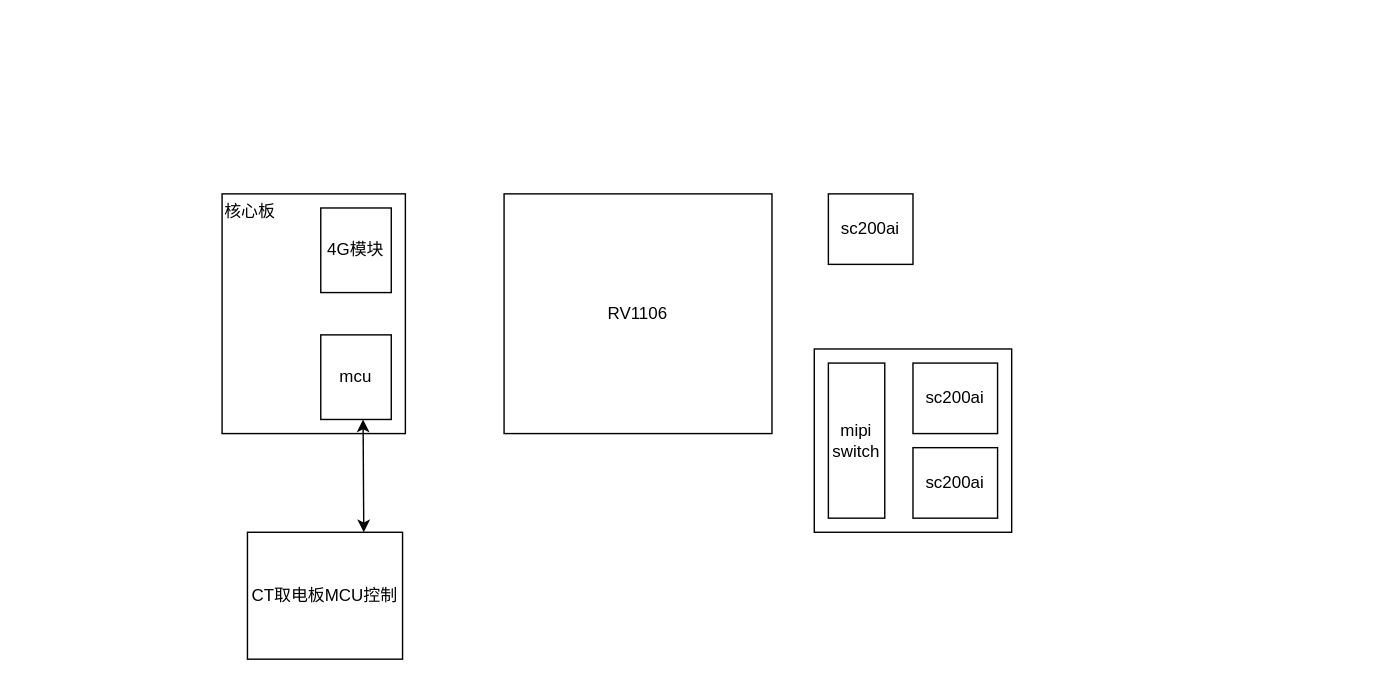
Before: ZHY/未命名绘图.drawio in WilliamChenGitHub/drawio, a draw.io diagram. Source tidied: cells renumbered, new cells numbered last; positions are measured from the earlier drawing's top-left corner, leaving out a move shared by most shapes. Both pictures are drawn from the tidied source at 141%, with x=0, y=0 at pixel (221, 193).
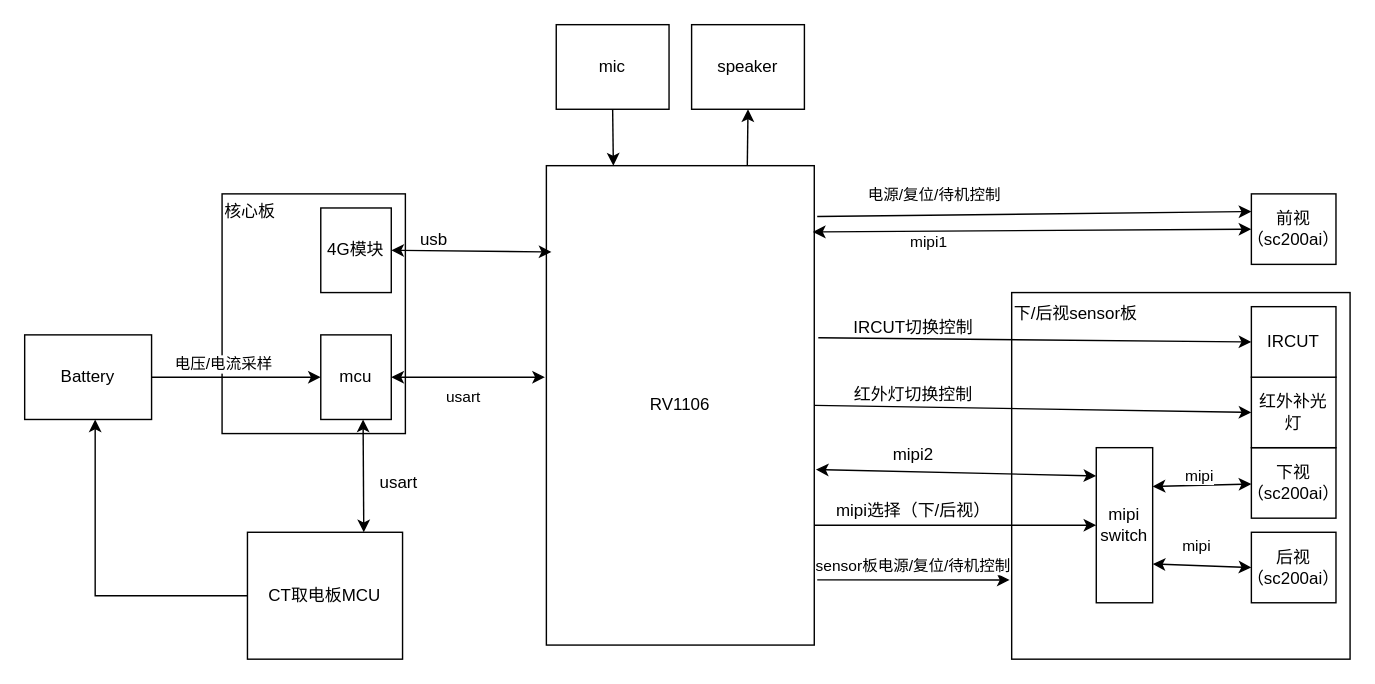
After the change.

Commit message:
更新未命名绘图.drawio

Unchanged cells that the change refers to:
```xml
<mxCell id="5" value="mcu" style="rounded=0;whiteSpace=wrap;html=1;" parent="1" vertex="1">
  <mxGeometry x="70" y="100" width="50" height="60" as="geometry" />
</mxCell>
```

Diff of the diagram source:
```diff
@@
-    <mxCell id="2" style="rounded=0;whiteSpace=wrap;html=1;" parent="1" vertex="1">
-      <mxGeometry x="420" y="110" width="140" height="130" as="geometry" />
+    <mxCell id="2" value="下/后视sensor板&lt;div&gt;&lt;br&gt;&lt;/div&gt;&lt;div&gt;&lt;br&gt;&lt;/div&gt;&lt;div&gt;&lt;br&gt;&lt;/div&gt;&lt;div&gt;&lt;br&gt;&lt;/div&gt;&lt;div&gt;&lt;br&gt;&lt;/div&gt;&lt;div&gt;&lt;br&gt;&lt;/div&gt;&lt;div&gt;&lt;br&gt;&lt;/div&gt;&lt;div&gt;&lt;br&gt;&lt;/div&gt;&lt;div&gt;&lt;br&gt;&lt;/div&gt;&lt;div&gt;&lt;br&gt;&lt;/div&gt;&lt;div&gt;&lt;br&gt;&lt;/div&gt;&lt;div&gt;&lt;br&gt;&lt;/div&gt;&lt;div&gt;&lt;br&gt;&lt;/div&gt;&lt;div&gt;&lt;br&gt;&lt;/div&gt;&lt;div&gt;&lt;br&gt;&lt;/div&gt;&lt;div&gt;&lt;br&gt;&lt;/div&gt;" style="rounded=0;whiteSpace=wrap;html=1;align=left;" parent="1" vertex="1">
+      <mxGeometry x="560" y="70" width="240" height="260" as="geometry" />
     </mxCell>
     <mxCell id="3" value="RV1106" style="rounded=0;whiteSpace=wrap;html=1;" parent="1" vertex="1">
-      <mxGeometry x="200" width="190" height="170" as="geometry" />
+      <mxGeometry x="230" y="-20" width="190" height="340" as="geometry" />
     </mxCell>
@@
-    <mxCell id="7" value="CT取电板MCU控制" style="rounded=0;whiteSpace=wrap;html=1;" parent="1" vertex="1">
+    <mxCell id="7" value="CT取电板MCU" style="rounded=0;whiteSpace=wrap;html=1;" parent="1" vertex="1">
       <mxGeometry x="18" y="240" width="110" height="90" as="geometry" />
     </mxCell>
@@
-    <mxCell id="9" value="sc200ai" style="rounded=0;whiteSpace=wrap;html=1;" parent="1" vertex="1">
-      <mxGeometry x="430" width="60" height="50" as="geometry" />
+    <mxCell id="9" value="前视（sc200ai）" style="rounded=0;whiteSpace=wrap;html=1;" parent="1" vertex="1">
+      <mxGeometry x="730" width="60" height="50" as="geometry" />
     </mxCell>
-    <mxCell id="10" value="sc200ai" style="rounded=0;whiteSpace=wrap;html=1;" parent="1" vertex="1">
-      <mxGeometry x="490" y="120" width="60" height="50" as="geometry" />
+    <mxCell id="10" value="下视（sc200ai）" style="rounded=0;whiteSpace=wrap;html=1;" parent="1" vertex="1">
+      <mxGeometry x="730" y="180" width="60" height="50" as="geometry" />
     </mxCell>
-    <mxCell id="11" value="sc200ai" style="rounded=0;whiteSpace=wrap;html=1;" parent="1" vertex="1">
-      <mxGeometry x="490" y="180" width="60" height="50" as="geometry" />
+    <mxCell id="11" value="后视（sc200ai）" style="rounded=0;whiteSpace=wrap;html=1;" parent="1" vertex="1">
+      <mxGeometry x="730" y="240" width="60" height="50" as="geometry" />
     </mxCell>
     <mxCell id="12" value="mipi switch" style="rounded=0;whiteSpace=wrap;html=1;" parent="1" vertex="1">
-      <mxGeometry x="430" y="120" width="40" height="110" as="geometry" />
+      <mxGeometry x="620" y="180" width="40" height="110" as="geometry" />
     </mxCell>
+    <mxCell id="13" style="endArrow=classic;startArrow=classic;html=1;rounded=0;entryX=0;entryY=0.5;entryDx=0;entryDy=0;" parent="1" edge="1" target="9">
+      <mxGeometry relative="1" as="geometry">
+        <mxPoint x="419" y="27" as="sourcePoint" />
+      </mxGeometry>
+    </mxCell>
+    <mxCell id="14" style="endArrow=classic;startArrow=classic;html=1;rounded=0;exitX=1;exitY=0.25;exitDx=0;exitDy=0;" parent="1" edge="1" source="12" target="10">
+      <mxGeometry relative="1" as="geometry" />
+    </mxCell>
+    <mxCell id="15" value="mipi" style="edgeLabel;html=1;align=center;verticalAlign=middle;" parent="14" vertex="1">
+      <mxGeometry x="-0.06" relative="1" as="geometry">
+        <mxPoint y="-7" as="offset" />
+      </mxGeometry>
+    </mxCell>
+    <mxCell id="16" style="endArrow=classic;startArrow=classic;html=1;rounded=0;exitX=1;exitY=0.75;exitDx=0;exitDy=0;entryX=0;entryY=0.5;entryDx=0;entryDy=0;" parent="1" edge="1" source="12" target="11">
+      <mxGeometry relative="1" as="geometry" />
+    </mxCell>
+    <mxCell id="17" value="mipi" style="edgeLabel;html=1;align=center;verticalAlign=middle;" parent="16" vertex="1">
+      <mxGeometry x="0.01" y="3" relative="1" as="geometry">
+        <mxPoint x="-5" y="-11" as="offset" />
+      </mxGeometry>
+    </mxCell>
+    <mxCell id="18" value="红外补光灯" style="rounded=0;whiteSpace=wrap;html=1;" parent="1" vertex="1">
+      <mxGeometry x="730" y="130" width="60" height="50" as="geometry" />
+    </mxCell>
+    <mxCell id="19" value="IRCUT" style="rounded=0;whiteSpace=wrap;html=1;" parent="1" vertex="1">
+      <mxGeometry x="730" y="80" width="60" height="50" as="geometry" />
+    </mxCell>
+    <mxCell id="20" style="endArrow=classic;html=1;rounded=0;entryX=0;entryY=0.5;entryDx=0;entryDy=0;exitX=1;exitY=0.5;exitDx=0;exitDy=0;" parent="1" edge="1" source="3" target="18">
+      <mxGeometry relative="1" as="geometry" />
+    </mxCell>
+    <mxCell id="21" style="endArrow=classic;html=1;rounded=0;exitX=1.015;exitY=0.359;exitDx=0;exitDy=0;entryX=0;entryY=0.5;entryDx=0;entryDy=0;exitPerimeter=0;" parent="1" edge="1" source="3" target="19">
+      <mxGeometry relative="1" as="geometry" />
+    </mxCell>
+    <mxCell id="22" style="endArrow=classic;startArrow=classic;html=1;rounded=0;exitX=1.006;exitY=0.634;exitDx=0;exitDy=0;exitPerimeter=0;" parent="1" edge="1" source="3">
+      <mxGeometry relative="1" as="geometry">
+        <mxPoint x="620" y="200" as="targetPoint" />
+      </mxGeometry>
+    </mxCell>
+    <mxCell id="23" style="endArrow=classic;html=1;rounded=0;entryX=0;entryY=0.5;entryDx=0;entryDy=0;exitX=1;exitY=0.75;exitDx=0;exitDy=0;" parent="1" edge="1" source="3" target="12">
+      <mxGeometry relative="1" as="geometry" />
+    </mxCell>
+    <mxCell id="24" style="endArrow=classic;html=1;rounded=0;entryX=0;entryY=0.25;entryDx=0;entryDy=0;exitX=1.011;exitY=0.106;exitDx=0;exitDy=0;exitPerimeter=0;" parent="1" edge="1" source="3" target="9">
+      <mxGeometry relative="1" as="geometry" />
+    </mxCell>
+    <mxCell id="25" value="mipi1" style="edgeLabel;html=1;align=center;verticalAlign=middle;" parent="24" vertex="1">
+      <mxGeometry x="-0.59" y="3" relative="1" as="geometry">
+        <mxPoint x="15" y="21" as="offset" />
+      </mxGeometry>
+    </mxCell>
+    <mxCell id="26" value="电源/复位/待机控制" style="edgeLabel;html=1;align=center;verticalAlign=middle;" parent="24" vertex="1">
+      <mxGeometry x="-0.47" relative="1" as="geometry">
+        <mxPoint y="-15" as="offset" />
+      </mxGeometry>
+    </mxCell>
+    <mxCell id="27" style="endArrow=classic;html=1;rounded=0;entryX=-0.006;entryY=0.784;entryDx=0;entryDy=0;entryPerimeter=0;exitX=1.011;exitY=0.864;exitDx=0;exitDy=0;exitPerimeter=0;" parent="1" edge="1" source="3" target="2">
+      <mxGeometry relative="1" as="geometry" />
+    </mxCell>
+    <mxCell id="28" value="sensor板电源/复位/待机控制" style="edgeLabel;html=1;align=center;verticalAlign=middle;" parent="27" vertex="1">
+      <mxGeometry x="-0.33" y="-2" relative="1" as="geometry">
+        <mxPoint x="21" y="-12" as="offset" />
+      </mxGeometry>
+    </mxCell>
+    <mxCell id="29" style="endArrow=classic;startArrow=classic;html=1;rounded=0;entryX=0.019;entryY=0.18;entryDx=0;entryDy=0;entryPerimeter=0;" parent="1" edge="1" target="3">
+      <mxGeometry relative="1" as="geometry">
+        <mxPoint x="120" y="40" as="sourcePoint" />
+      </mxGeometry>
+    </mxCell>
+    <mxCell id="30" style="endArrow=classic;startArrow=classic;html=1;rounded=0;exitX=1;exitY=0.5;exitDx=0;exitDy=0;" parent="1" edge="1" source="5">
+      <mxGeometry relative="1" as="geometry">
+        <mxPoint x="229" y="130" as="targetPoint" />
+      </mxGeometry>
+    </mxCell>
+    <mxCell id="31" value="usart" style="edgeLabel;html=1;align=center;verticalAlign=middle;" parent="30" vertex="1">
+      <mxGeometry x="-0.25" y="-2" relative="1" as="geometry">
+        <mxPoint x="9" y="11" as="offset" />
+      </mxGeometry>
+    </mxCell>
+    <mxCell id="32" value="mic" style="rounded=0;whiteSpace=wrap;html=1;" parent="1" vertex="1">
+      <mxGeometry x="237" y="-120" width="80" height="60" as="geometry" />
+    </mxCell>
+    <mxCell id="33" value="speaker" style="rounded=0;whiteSpace=wrap;html=1;" parent="1" vertex="1">
+      <mxGeometry x="333" y="-120" width="80" height="60" as="geometry" />
+    </mxCell>
+    <mxCell id="34" value="usb" style="text;html=1;align=center;verticalAlign=middle;strokeColor=none;fillColor=none;" parent="1" vertex="1">
+      <mxGeometry x="130" y="18" width="40" height="30" as="geometry" />
+    </mxCell>
+    <mxCell id="35" value="usart" style="text;html=1;align=center;verticalAlign=middle;strokeColor=none;fillColor=none;" parent="1" vertex="1">
+      <mxGeometry x="100" y="190" width="50" height="30" as="geometry" />
+    </mxCell>
+    <mxCell id="36" style="endArrow=classic;html=1;rounded=0;exitX=0.75;exitY=0;exitDx=0;exitDy=0;entryX=0.5;entryY=1;entryDx=0;entryDy=0;" parent="1" edge="1" source="3" target="33">
+      <mxGeometry relative="1" as="geometry" />
+    </mxCell>
+    <mxCell id="37" style="endArrow=classic;html=1;rounded=0;entryX=0.25;entryY=0;entryDx=0;entryDy=0;exitX=0.5;exitY=1;exitDx=0;exitDy=0;" parent="1" edge="1" source="32" target="3">
+      <mxGeometry relative="1" as="geometry" />
+    </mxCell>
+    <mxCell id="38" value="Battery" style="rounded=0;whiteSpace=wrap;html=1;" parent="1" vertex="1">
+      <mxGeometry x="-140" y="100" width="90" height="60" as="geometry" />
+    </mxCell>
+    <mxCell id="39" style="endArrow=classic;html=1;rounded=0;entryX=0;entryY=0.5;entryDx=0;entryDy=0;exitX=1;exitY=0.5;exitDx=0;exitDy=0;" parent="1" edge="1" source="38" target="5">
+      <mxGeometry relative="1" as="geometry" />
+    </mxCell>
+    <mxCell id="40" value="电压/电流采样" style="edgeLabel;html=1;align=center;verticalAlign=middle;" parent="39" vertex="1">
+      <mxGeometry x="-0.76" y="1" relative="1" as="geometry">
+        <mxPoint x="36" y="-9" as="offset" />
+      </mxGeometry>
+    </mxCell>
+    <mxCell id="41" style="endArrow=classic;html=1;rounded=0;exitX=0;exitY=0.5;exitDx=0;exitDy=0;" parent="1" edge="1" source="7">
+      <mxGeometry relative="1" as="geometry">
+        <mxPoint x="-90" y="160" as="targetPoint" />
+        <Array as="points">
+          <mxPoint x="-90" y="285" />
+        </Array>
+      </mxGeometry>
+    </mxCell>
+    <mxCell id="42" value="IRCUT切换控制" style="text;html=1;align=center;verticalAlign=middle;strokeColor=none;fillColor=none;" parent="1" vertex="1">
+      <mxGeometry x="435" y="80" width="110" height="30" as="geometry" />
+    </mxCell>
+    <mxCell id="43" value="红外灯切换控制" style="text;html=1;align=center;verticalAlign=middle;strokeColor=none;fillColor=none;" parent="1" vertex="1">
+      <mxGeometry x="435" y="128" width="110" height="30" as="geometry" />
+    </mxCell>
+    <mxCell id="44" value="mipi2" style="text;html=1;align=center;verticalAlign=middle;strokeColor=none;fillColor=none;" parent="1" vertex="1">
+      <mxGeometry x="465" y="170" width="50" height="30" as="geometry" />
+    </mxCell>
+    <mxCell id="45" value="mipi选择（下/后视）" style="text;html=1;align=center;verticalAlign=middle;strokeColor=none;fillColor=none;" parent="1" vertex="1">
+      <mxGeometry x="425" y="210" width="130" height="30" as="geometry" />
+    </mxCell>
```
